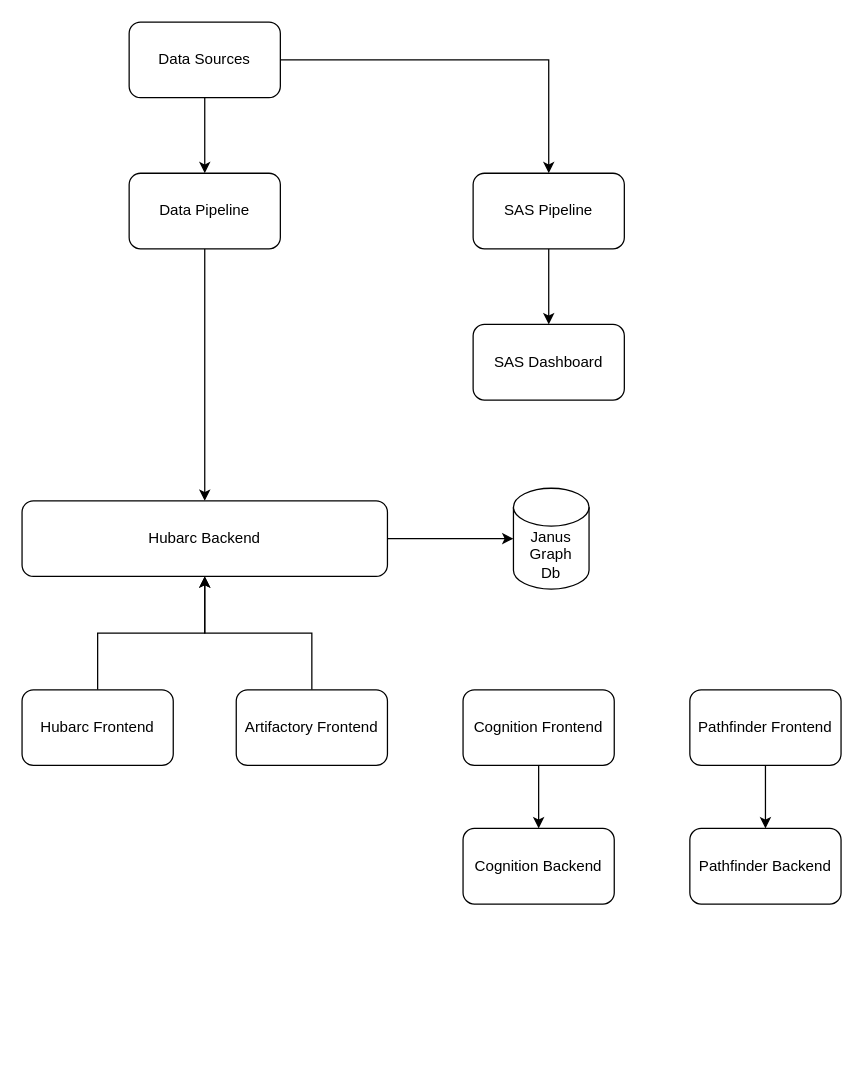
Before: Untitled Diagram.drawio in jonny-dungeons/diagrams, a draw.io diagram. Source tidied: cells renumbered, new cells numbered last; positions are measured from the earlier drawing's top-left corner, leaving out a move shared by most shapes. Both pictures are drawn from the tidied source at 126%, with x=0, y=0 at pixel (21, 21).
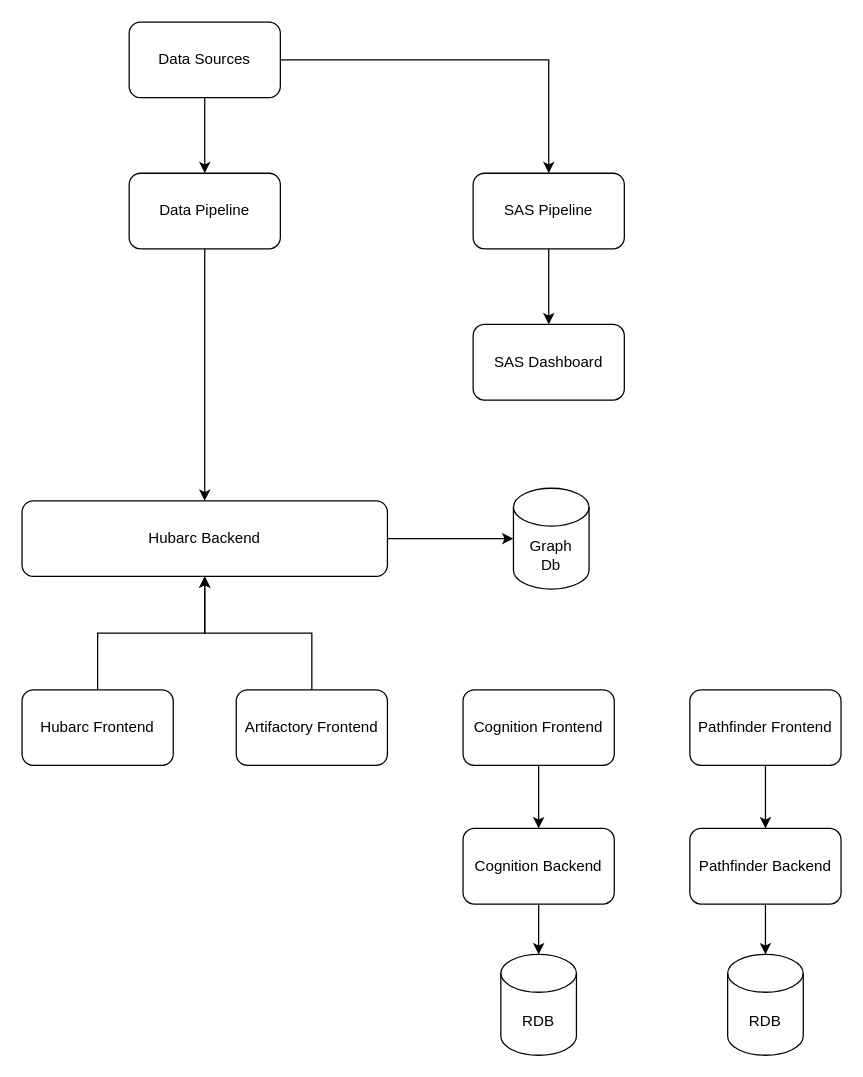
Above is the later version.

Unchanged cells that the change refers to:
```xml
<mxCell id="17" value="Cognition Backend" style="rounded=1;whiteSpace=wrap;html=1;" parent="1" vertex="1">
  <mxGeometry x="350" y="640" width="120" height="60" as="geometry" />
</mxCell>
<mxCell id="18" value="Pathfinder Backend" style="rounded=1;whiteSpace=wrap;html=1;" parent="1" vertex="1">
  <mxGeometry x="530" y="640" width="120" height="60" as="geometry" />
</mxCell>
```

Change to the diagram source:
```diff
@@
+    <mxCell id="23" style="edgeStyle=orthogonalEdgeStyle;rounded=0;jettySize=auto;html=1;" parent="1" edge="1" source="17" target="25">
+      <mxGeometry relative="1" as="geometry" />
+    </mxCell>
@@
+    <mxCell id="24" style="edgeStyle=orthogonalEdgeStyle;rounded=0;jettySize=auto;html=1;" parent="1" edge="1" source="18" target="26">
+      <mxGeometry relative="1" as="geometry" />
+    </mxCell>
@@
-    <mxCell id="19" value="Janus Graph&lt;div&gt;Db&lt;/div&gt;" style="shape=cylinder3;whiteSpace=wrap;html=1;boundedLbl=1;backgroundOutline=1;size=15;" parent="1" vertex="1">
+    <mxCell id="19" value="Graph&lt;div&gt;Db&lt;/div&gt;" style="shape=cylinder3;whiteSpace=wrap;html=1;boundedLbl=1;backgroundOutline=1;size=15;" parent="1" vertex="1">
       <mxGeometry x="390" y="370" width="60" height="80" as="geometry" />
     </mxCell>
@@
+    <mxCell id="25" value="&lt;div&gt;RDB&lt;/div&gt;" style="shape=cylinder3;whiteSpace=wrap;html=1;boundedLbl=1;backgroundOutline=1;size=15;" parent="1" vertex="1">
+      <mxGeometry x="380" y="740" width="60" height="80" as="geometry" />
+    </mxCell>
+    <mxCell id="26" value="&lt;div&gt;&lt;span style=&quot;background-color: transparent; color: light-dark(rgb(0, 0, 0), rgb(255, 255, 255));&quot;&gt;RDB&lt;/span&gt;&lt;/div&gt;" style="shape=cylinder3;whiteSpace=wrap;html=1;boundedLbl=1;backgroundOutline=1;size=15;" parent="1" vertex="1">
+      <mxGeometry x="560" y="740" width="60" height="80" as="geometry" />
+    </mxCell>
```
